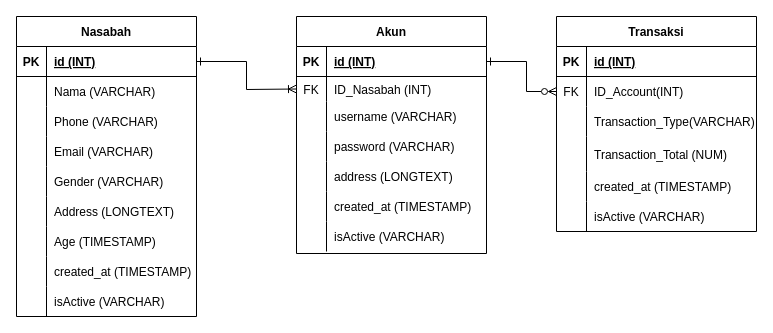
Mamanggans/DB_bankFadhiil keeps this draw.io diagram as ERD for bank.drawio. Above is the earlier version. Source tidied: cells renumbered, new cells numbered last; positions are measured from the earlier drawing's top-left corner, leaving out a move shared by most shapes. Both pictures are drawn from the tidied source at 100%, with x=0, y=0 at pixel (16, 16).
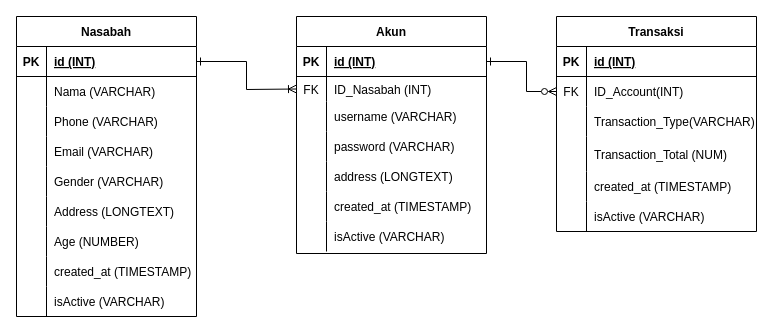
Above is the later version.

The change refers to these unchanged cells:
```xml
<mxCell id="40" style="shape=tableRow;horizontal=0;startSize=0;swimlaneHead=0;swimlaneBody=0;fillColor=none;top=0;left=0;right=0;bottom=0;" parent="21" vertex="1">
  <mxGeometry y="210" width="180" height="30" as="geometry" />
</mxCell>
```

What changed in the source:
```diff
@@
-    <mxCell id="42" value="Age (TIMESTAMP)" style="shape=partialRectangle;fillColor=none;top=0;left=0;bottom=0;right=0;align=left;spacingLeft=6;overflow=hidden;" parent="40" vertex="1">
+    <mxCell id="42" value="Age (NUMBER)" style="shape=partialRectangle;fillColor=none;top=0;left=0;bottom=0;right=0;align=left;spacingLeft=6;overflow=hidden;" parent="40" vertex="1">
       <mxGeometry x="30" width="150" height="30" as="geometry" />
     </mxCell>
```
